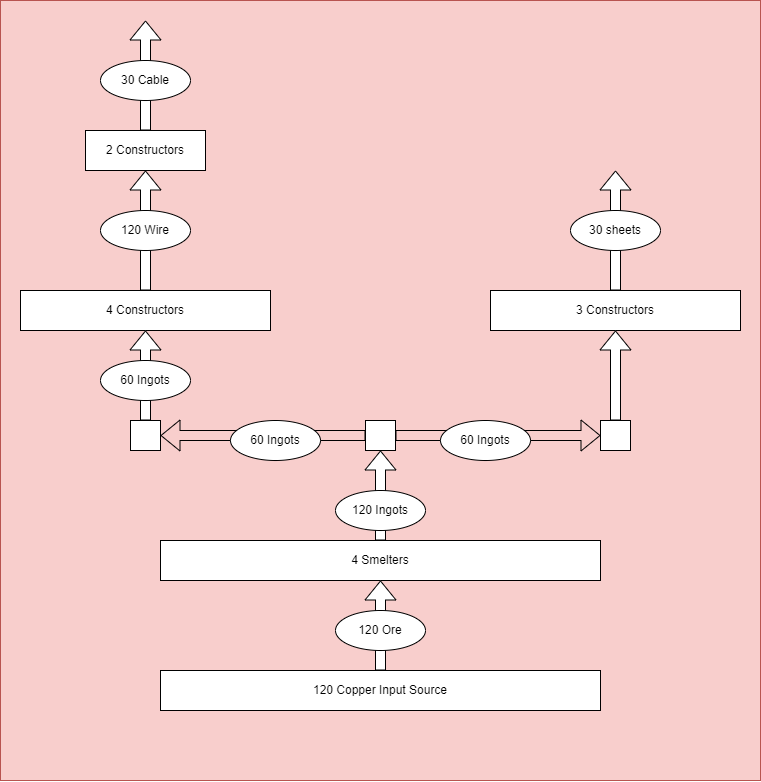
Above: copper.drawio.png in nlarsen31/Factories (draw.io), before the change. Source tidied: cells renumbered, new cells last; positions are measured from the earlier drawing's top-left corner, leaving out a move shared by most shapes.
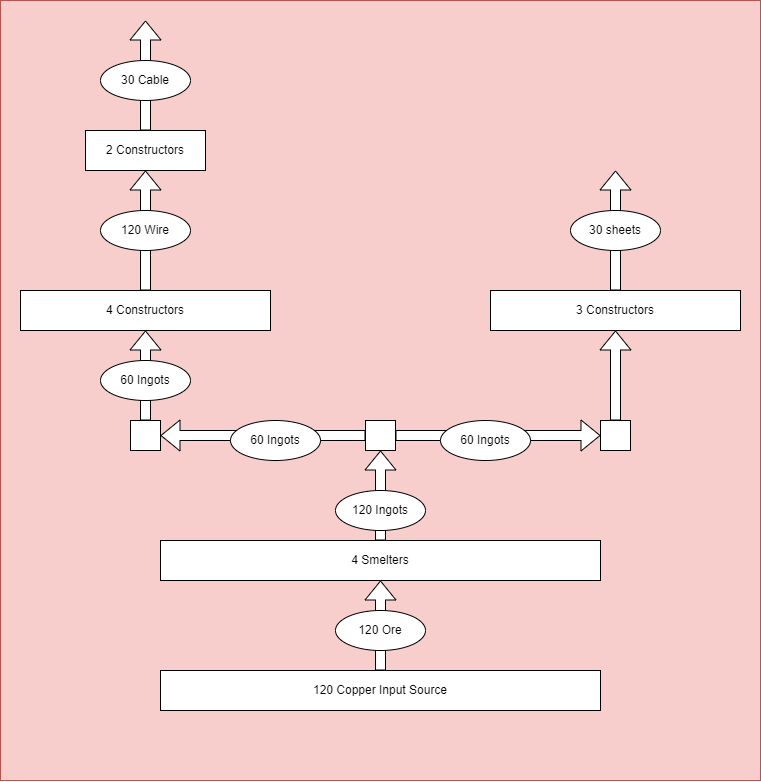
Above is the later version.

Change to the diagram source:
```diff
@@ -28,12 +28,12 @@
     <mxCell id="9" style="whiteSpace=wrap;html=1;direction=south;" parent="1" vertex="1">
       <mxGeometry x="365" y="420" width="30" height="30" as="geometry" />
     </mxCell>
-    <mxCell id="10" style="shape=flexArrow;endArrow=classic;html=1;rounded=0;exitX=0.5;exitY=1;exitDx=0;exitDy=0;" parent="1" edge="1" source="9">
+    <mxCell id="10" style="shape=flexArrow;endArrow=classic;html=1;rounded=0;exitX=0.5;exitY=1;exitDx=0;exitDy=0;fillColor=default;" parent="1" edge="1" source="9">
       <mxGeometry relative="1" as="geometry">
         <mxPoint x="160" y="435" as="targetPoint" />
       </mxGeometry>
     </mxCell>
-    <mxCell id="11" style="shape=flexArrow;endArrow=classic;html=1;rounded=0;" parent="1" edge="1" source="9">
+    <mxCell id="11" style="shape=flexArrow;endArrow=classic;html=1;rounded=0;fillColor=default;" parent="1" edge="1" source="9">
       <mxGeometry relative="1" as="geometry">
         <mxPoint x="600" y="435" as="targetPoint" />
       </mxGeometry>
```
